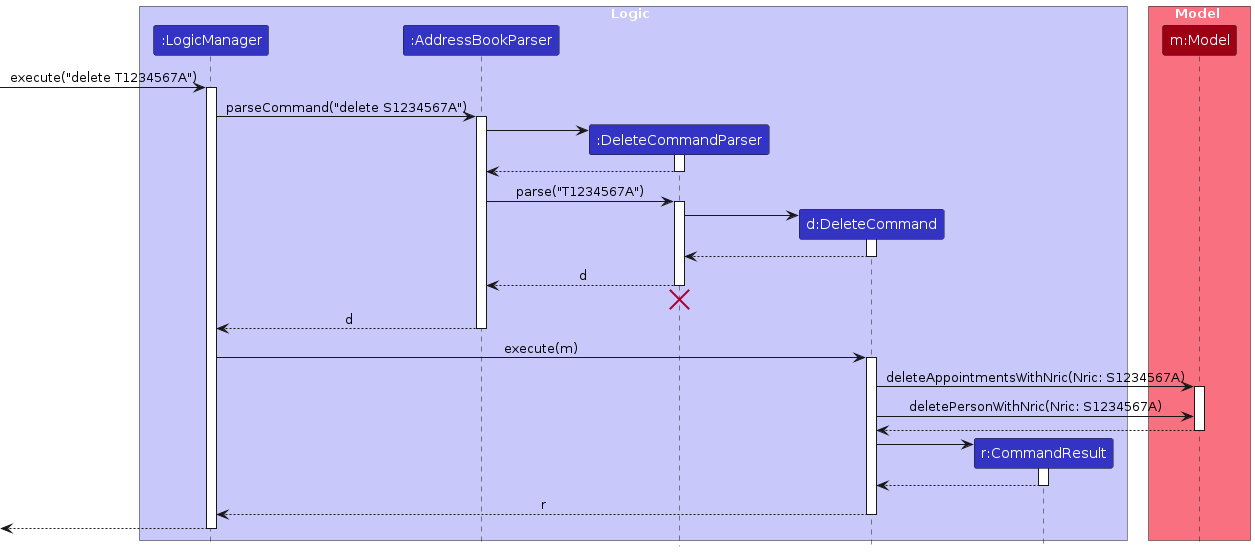
xuelinglow/tp keeps this PlantUML diagram as diagrams/DeleteSequenceDiagram.png. Above is the earlier version. Its source is kept beside it as diagrams/DeleteSequenceDiagram.puml. The source it was exported from:
```plantuml
@startuml
!include style.puml
skinparam ArrowFontStyle plain

box Logic LOGIC_COLOR_T1
participant ":LogicManager" as LogicManager LOGIC_COLOR
participant ":AddressBookParser" as AddressBookParser LOGIC_COLOR
participant ":DeleteCommandParser" as DeleteCommandParser LOGIC_COLOR
participant "d:DeleteCommand" as DeleteCommand LOGIC_COLOR
participant "r:CommandResult" as CommandResult LOGIC_COLOR
end box

box Model MODEL_COLOR_T1
participant "m:Model" as Model MODEL_COLOR
end box

[-> LogicManager : execute("delete T1234567A")
activate LogicManager

LogicManager -> AddressBookParser : parseCommand("delete S1234567A")
activate AddressBookParser

create DeleteCommandParser
AddressBookParser -> DeleteCommandParser
activate DeleteCommandParser

DeleteCommandParser --> AddressBookParser
deactivate DeleteCommandParser

AddressBookParser -> DeleteCommandParser : parse("T1234567A")
activate DeleteCommandParser

create DeleteCommand
DeleteCommandParser -> DeleteCommand
activate DeleteCommand

DeleteCommand --> DeleteCommandParser :
deactivate DeleteCommand

DeleteCommandParser --> AddressBookParser : d
deactivate DeleteCommandParser
DeleteCommandParser -[hidden]-> AddressBookParser
destroy DeleteCommandParser

AddressBookParser --> LogicManager : d
deactivate AddressBookParser

LogicManager -> DeleteCommand : execute(m)
activate DeleteCommand

DeleteCommand -> Model : deleteAppointmentsWithNric(Nric: S1234567A)
activate Model

DeleteCommand -> Model : deletePersonWithNric(Nric: S1234567A)

Model --> DeleteCommand
deactivate Model

create CommandResult
DeleteCommand -> CommandResult
activate CommandResult

CommandResult --> DeleteCommand
deactivate CommandResult

DeleteCommand --> LogicManager : r
deactivate DeleteCommand

[<--LogicManager
deactivate LogicManager
@enduml
```
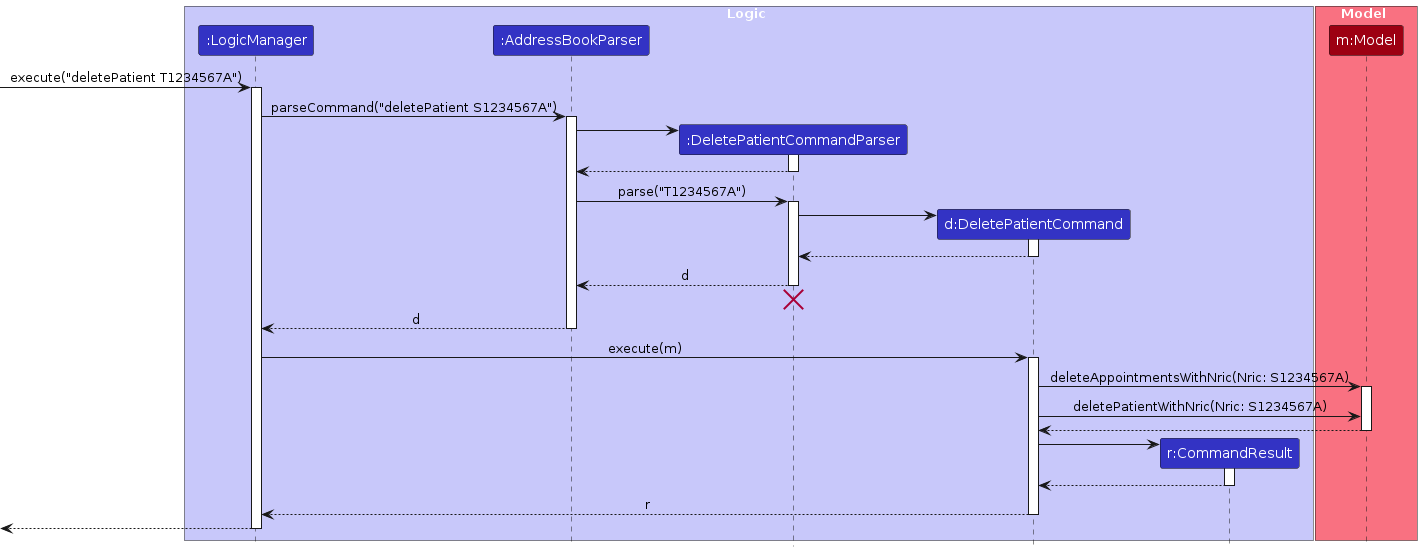
The same diagram one commit later.

What changed in the source:
```diff
@@ -5,8 +5,8 @@
 box Logic LOGIC_COLOR_T1
 participant ":LogicManager" as LogicManager LOGIC_COLOR
 participant ":AddressBookParser" as AddressBookParser LOGIC_COLOR
-participant ":DeleteCommandParser" as DeleteCommandParser LOGIC_COLOR
-participant "d:DeleteCommand" as DeleteCommand LOGIC_COLOR
+participant ":DeletePatientCommandParser" as DeletePatientCommandParser LOGIC_COLOR
+participant "d:DeletePatientCommand" as DeletePatientCommand LOGIC_COLOR
 participant "r:CommandResult" as CommandResult LOGIC_COLOR
 end box
 
@@ -14,57 +14,57 @@
 participant "m:Model" as Model MODEL_COLOR
 end box
 
-[-> LogicManager : execute("delete T1234567A")
+[-> LogicManager : execute("deletePatient T1234567A")
 activate LogicManager
 
-LogicManager -> AddressBookParser : parseCommand("delete S1234567A")
+LogicManager -> AddressBookParser : parseCommand("deletePatient S1234567A")
 activate AddressBookParser
 
-create DeleteCommandParser
-AddressBookParser -> DeleteCommandParser
-activate DeleteCommandParser
+create DeletePatientCommandParser
+AddressBookParser -> DeletePatientCommandParser
+activate DeletePatientCommandParser
 
-DeleteCommandParser --> AddressBookParser
-deactivate DeleteCommandParser
+DeletePatientCommandParser --> AddressBookParser
+deactivate DeletePatientCommandParser
 
-AddressBookParser -> DeleteCommandParser : parse("T1234567A")
-activate DeleteCommandParser
+AddressBookParser -> DeletePatientCommandParser : parse("T1234567A")
+activate DeletePatientCommandParser
 
-create DeleteCommand
-DeleteCommandParser -> DeleteCommand
-activate DeleteCommand
+create DeletePatientCommand
+DeletePatientCommandParser -> DeletePatientCommand
+activate DeletePatientCommand
 
-DeleteCommand --> DeleteCommandParser :
-deactivate DeleteCommand
+DeletePatientCommand --> DeletePatientCommandParser :
+deactivate DeletePatientCommand
 
-DeleteCommandParser --> AddressBookParser : d
-deactivate DeleteCommandParser
-DeleteCommandParser -[hidden]-> AddressBookParser
-destroy DeleteCommandParser
+DeletePatientCommandParser --> AddressBookParser : d
+deactivate DeletePatientCommandParser
+DeletePatientCommandParser -[hidden]-> AddressBookParser
+destroy DeletePatientCommandParser
 
 AddressBookParser --> LogicManager : d
 deactivate AddressBookParser
 
-LogicManager -> DeleteCommand : execute(m)
-activate DeleteCommand
+LogicManager -> DeletePatientCommand : execute(m)
+activate DeletePatientCommand
 
-DeleteCommand -> Model : deleteAppointmentsWithNric(Nric: S1234567A)
+DeletePatientCommand -> Model : deleteAppointmentsWithNric(Nric: S1234567A)
 activate Model
 
-DeleteCommand -> Model : deletePersonWithNric(Nric: S1234567A)
+DeletePatientCommand -> Model : deletePatientWithNric(Nric: S1234567A)
 
-Model --> DeleteCommand
+Model --> DeletePatientCommand
 deactivate Model
 
 create CommandResult
-DeleteCommand -> CommandResult
+DeletePatientCommand -> CommandResult
 activate CommandResult
 
-CommandResult --> DeleteCommand
+CommandResult --> DeletePatientCommand
 deactivate CommandResult
 
-DeleteCommand --> LogicManager : r
-deactivate DeleteCommand
+DeletePatientCommand --> LogicManager : r
+deactivate DeletePatientCommand
 
 [<--LogicManager
 deactivate LogicManager
```
